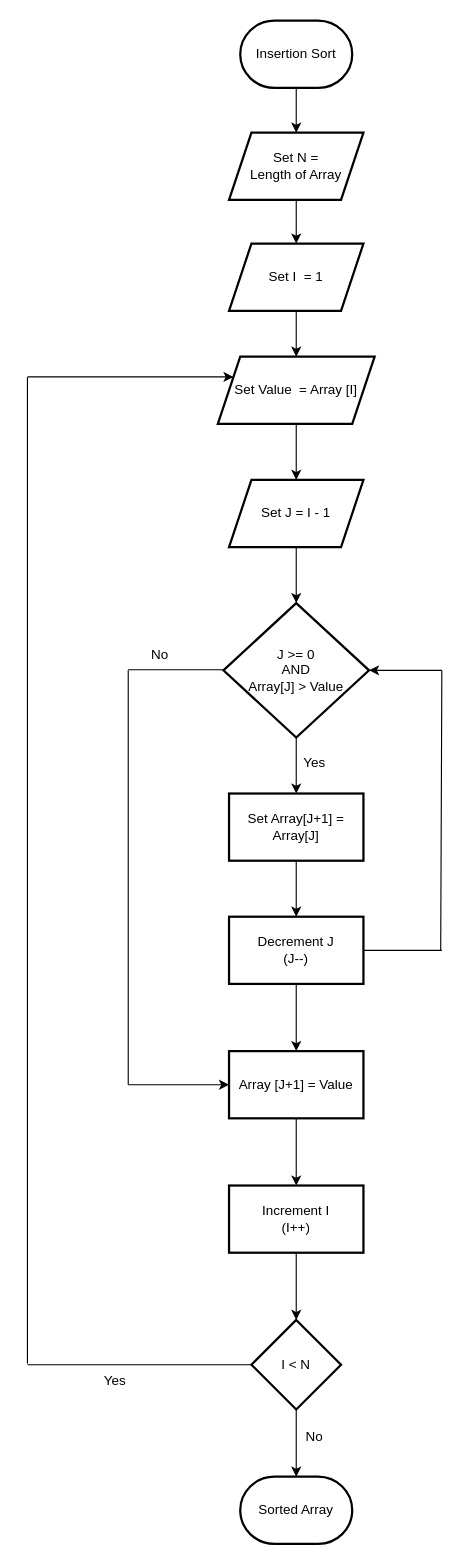
This is insertion sort.drawio from prycilliaedw/prycilliaedw, a draw.io file, before an edit. Source tidied: cells renumbered, new cells numbered last; positions are measured from the earlier drawing's top-left corner, leaving out a move shared by most shapes. Both pictures are drawn from the tidied source at 112%, with x=0, y=0 at pixel (27, 20).
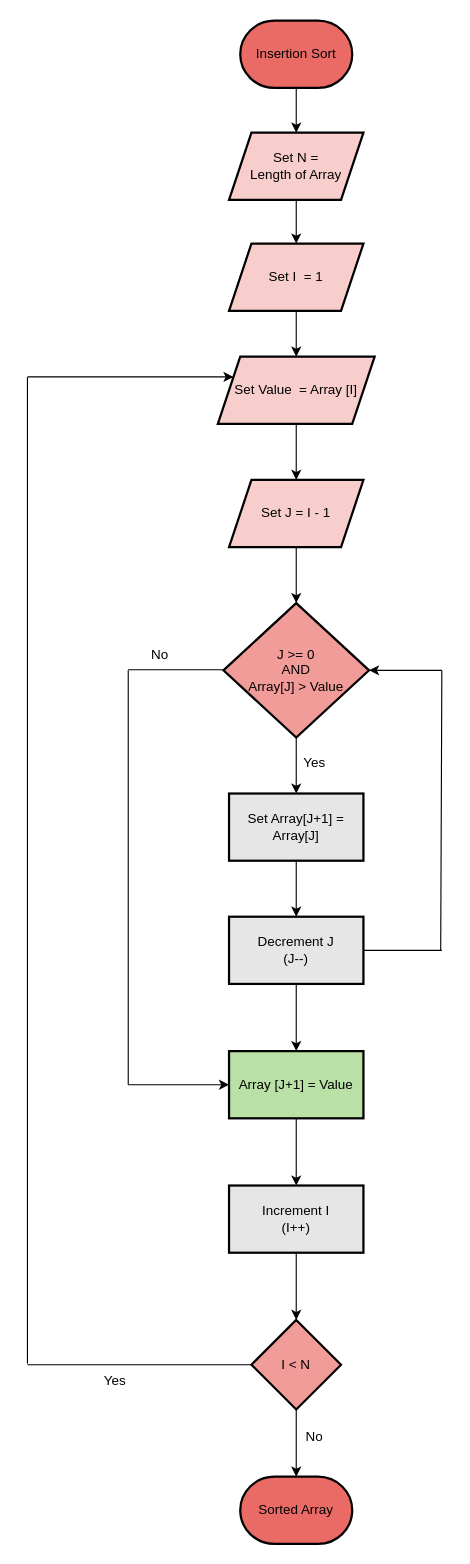
Above is the later version.

Commit message:
Insertion sort WARNA.drawio

The edit, as a diff of the source:
```diff
@@
-    <mxCell id="3" value="Insertion Sort" style="strokeWidth=2;html=1;shape=mxgraph.flowchart.terminator;whiteSpace=wrap;" parent="1" vertex="1">
+    <mxCell id="3" value="Insertion Sort" style="strokeWidth=2;html=1;shape=mxgraph.flowchart.terminator;whiteSpace=wrap;fillColor=#EA6B66;" parent="1" vertex="1">
       <mxGeometry x="190" width="100" height="60" as="geometry" />
     </mxCell>
@@
-    <mxCell id="5" value="Set N =&lt;div&gt;Length of Array&lt;/div&gt;" style="shape=parallelogram;perimeter=parallelogramPerimeter;whiteSpace=wrap;html=1;fixedSize=1;strokeWidth=2;" parent="1" vertex="1">
+    <mxCell id="5" value="Set N =&lt;div&gt;Length of Array&lt;/div&gt;" style="shape=parallelogram;perimeter=parallelogramPerimeter;whiteSpace=wrap;html=1;fixedSize=1;strokeWidth=2;fillColor=#F8CECC;" parent="1" vertex="1">
       <mxGeometry x="180" y="100" width="120" height="60" as="geometry" />
     </mxCell>
@@
-    <mxCell id="7" value="Set I&amp;nbsp; = 1" style="shape=parallelogram;perimeter=parallelogramPerimeter;whiteSpace=wrap;html=1;fixedSize=1;strokeWidth=2;" parent="1" vertex="1">
+    <mxCell id="7" value="Set I&amp;nbsp; = 1" style="shape=parallelogram;perimeter=parallelogramPerimeter;whiteSpace=wrap;html=1;fixedSize=1;strokeWidth=2;fillColor=#F8CECC;" parent="1" vertex="1">
       <mxGeometry x="180" y="199" width="120" height="60" as="geometry" />
     </mxCell>
@@
-    <mxCell id="9" value="Set Value&amp;nbsp; = Array [I]" style="shape=parallelogram;perimeter=parallelogramPerimeter;whiteSpace=wrap;html=1;fixedSize=1;strokeWidth=2;" parent="1" vertex="1">
+    <mxCell id="9" value="Set Value&amp;nbsp; = Array [I]" style="shape=parallelogram;perimeter=parallelogramPerimeter;whiteSpace=wrap;html=1;fixedSize=1;strokeWidth=2;fillColor=#F8CECC;" parent="1" vertex="1">
       <mxGeometry x="170" y="300" width="140" height="60" as="geometry" />
     </mxCell>
@@
-    <mxCell id="11" value="Set J = I - 1" style="shape=parallelogram;perimeter=parallelogramPerimeter;whiteSpace=wrap;html=1;fixedSize=1;strokeWidth=2;" parent="1" vertex="1">
+    <mxCell id="11" value="Set J = I - 1" style="shape=parallelogram;perimeter=parallelogramPerimeter;whiteSpace=wrap;html=1;fixedSize=1;strokeWidth=2;fillColor=#F8CECC;" parent="1" vertex="1">
       <mxGeometry x="180" y="410" width="120" height="60" as="geometry" />
     </mxCell>
@@
-    <mxCell id="13" value="J &amp;gt;= 0&lt;div&gt;AND&lt;/div&gt;&lt;div&gt;Array[J] &amp;gt; Value&lt;/div&gt;" style="rhombus;whiteSpace=wrap;html=1;strokeWidth=2;" parent="1" vertex="1">
+    <mxCell id="13" value="J &amp;gt;= 0&lt;div&gt;AND&lt;/div&gt;&lt;div&gt;Array[J] &amp;gt; Value&lt;/div&gt;" style="rhombus;whiteSpace=wrap;html=1;strokeWidth=2;fillColor=#F19C99;" parent="1" vertex="1">
       <mxGeometry x="175" y="520" width="130" height="120" as="geometry" />
     </mxCell>
@@
-    <mxCell id="15" value="Set Array[J+1] =&lt;div&gt;Array[J]&lt;/div&gt;" style="whiteSpace=wrap;html=1;strokeWidth=2;" parent="1" vertex="1">
+    <mxCell id="15" value="Set Array[J+1] =&lt;div&gt;Array[J]&lt;/div&gt;" style="whiteSpace=wrap;html=1;strokeWidth=2;fillColor=#E6E6E6;" parent="1" vertex="1">
       <mxGeometry x="180" y="690" width="120" height="60" as="geometry" />
     </mxCell>
@@
-    <mxCell id="17" value="Decrement J&lt;div&gt;(J--)&lt;/div&gt;" style="whiteSpace=wrap;html=1;strokeWidth=2;" parent="1" vertex="1">
+    <mxCell id="17" value="Decrement J&lt;div&gt;(J--)&lt;/div&gt;" style="whiteSpace=wrap;html=1;strokeWidth=2;fillColor=#E6E6E6;" parent="1" vertex="1">
       <mxGeometry x="180" y="800" width="120" height="60" as="geometry" />
     </mxCell>
@@
-    <mxCell id="19" value="Array [J+1] = Value" style="whiteSpace=wrap;html=1;strokeWidth=2;" parent="1" vertex="1">
+    <mxCell id="19" value="Array [J+1] = Value" style="whiteSpace=wrap;html=1;strokeWidth=2;fillColor=#B9E0A5;" parent="1" vertex="1">
       <mxGeometry x="180" y="920" width="120" height="60" as="geometry" />
     </mxCell>
@@
-    <mxCell id="21" value="Increment I&lt;div&gt;(I++)&lt;/div&gt;" style="whiteSpace=wrap;html=1;strokeWidth=2;" parent="1" vertex="1">
+    <mxCell id="21" value="Increment I&lt;div&gt;(I++)&lt;/div&gt;" style="whiteSpace=wrap;html=1;strokeWidth=2;fillColor=#E6E6E6;" parent="1" vertex="1">
       <mxGeometry x="180" y="1040" width="120" height="60" as="geometry" />
     </mxCell>
@@
-    <mxCell id="23" value="I &amp;lt; N" style="rhombus;whiteSpace=wrap;html=1;strokeWidth=2;" parent="1" vertex="1">
+    <mxCell id="23" value="I &amp;lt; N" style="rhombus;whiteSpace=wrap;html=1;strokeWidth=2;fillColor=#F19C99;" parent="1" vertex="1">
       <mxGeometry x="200" y="1160" width="80" height="80" as="geometry" />
     </mxCell>
-    <mxCell id="24" value="Sorted Array" style="strokeWidth=2;html=1;shape=mxgraph.flowchart.terminator;whiteSpace=wrap;" parent="1" vertex="1">
+    <mxCell id="24" value="Sorted Array" style="strokeWidth=2;html=1;shape=mxgraph.flowchart.terminator;whiteSpace=wrap;fillColor=#EA6B66;" parent="1" vertex="1">
       <mxGeometry x="190" y="1300" width="100" height="60" as="geometry" />
     </mxCell>
```
